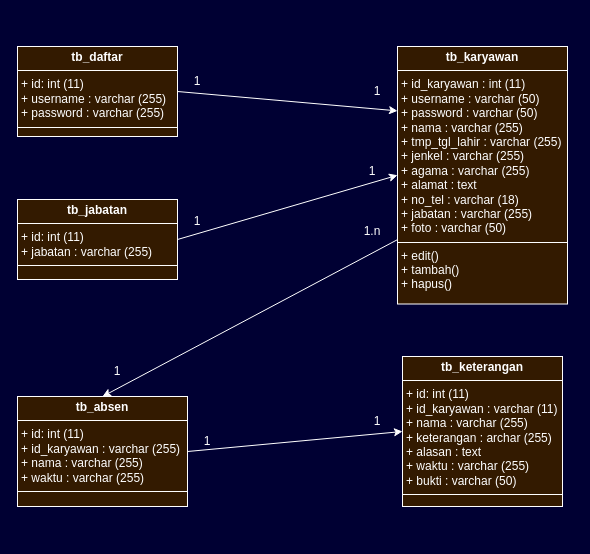
Above: diagram class desain.drawio in k-barr/Diagram (draw.io), before the change. Source tidied: cells renumbered, new cells numbered last; positions are measured from the earlier drawing's top-left corner, leaving out a move shared by most shapes. Both pictures are drawn from the tidied source at 100%, with x=0, y=0 at pixel (17, 46).
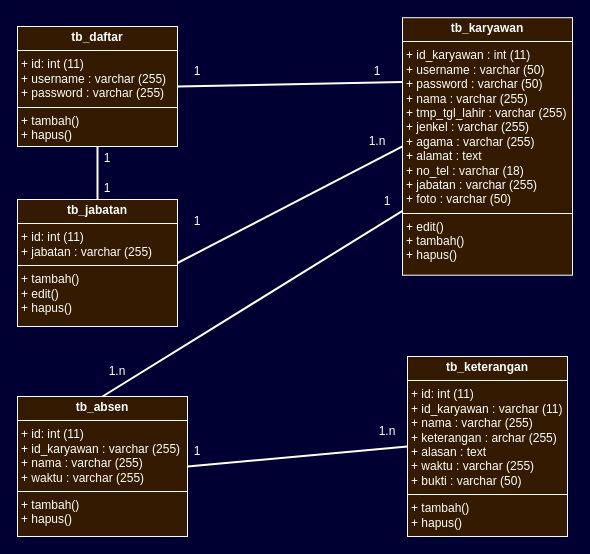
The same page after the edit.

Diff of the diagram source:
```diff
@@
-    <mxCell id="2" style="rounded=0;jettySize=auto;html=1;exitX=1;exitY=0.5;exitDx=0;exitDy=0;entryX=0;entryY=0.25;entryDx=0;entryDy=0;strokeColor=#FFFFFF;" parent="1" edge="1" source="3" target="10">
+    <mxCell id="2" style="rounded=0;jettySize=auto;html=1;exitX=1;exitY=0.5;exitDx=0;exitDy=0;entryX=0;entryY=0.25;entryDx=0;entryDy=0;strokeColor=#FFFFFF;endArrow=none;endFill=0;strokeWidth=2;" parent="1" edge="1" source="3" target="10">
       <mxGeometry relative="1" as="geometry" />
     </mxCell>
+    <mxCell id="19" style="edgeStyle=orthogonalEdgeStyle;rounded=0;jettySize=auto;html=1;exitX=0.5;exitY=1;exitDx=0;exitDy=0;entryX=0.5;entryY=0;entryDx=0;entryDy=0;strokeColor=#FFFFFF;endArrow=none;endFill=0;strokeWidth=2;" parent="1" edge="1" source="3" target="5">
+      <mxGeometry relative="1" as="geometry" />
+    </mxCell>
-    <mxCell id="3" value="&lt;p style=&quot;margin:0px;margin-top:4px;text-align:center;&quot;&gt;&lt;b&gt;tb_daftar&lt;/b&gt;&lt;/p&gt;&lt;hr size=&quot;1&quot; style=&quot;border-style:solid;&quot;&gt;&lt;p style=&quot;margin:0px;margin-left:4px;&quot;&gt;+ id: int (11)&lt;/p&gt;&lt;p style=&quot;margin:0px;margin-left:4px;&quot;&gt;+ username : varchar (255)&lt;/p&gt;&lt;p style=&quot;margin:0px;margin-left:4px;&quot;&gt;+ password : varchar (255)&lt;/p&gt;&lt;hr size=&quot;1&quot; style=&quot;border-style:solid;&quot;&gt;&lt;p style=&quot;margin:0px;margin-left:4px;&quot;&gt;&lt;br&gt;&lt;/p&gt;" style="verticalAlign=top;align=left;overflow=fill;html=1;whiteSpace=wrap;fillColor=#331A00;strokeColor=#FFFFFF;fontColor=#ffffff;gradientColor=none;fillStyle=solid;" parent="1" vertex="1">
-      <mxGeometry width="160" height="90" as="geometry" />
+    <mxCell id="3" value="&lt;p style=&quot;margin:0px;margin-top:4px;text-align:center;&quot;&gt;&lt;b&gt;tb_daftar&lt;/b&gt;&lt;/p&gt;&lt;hr size=&quot;1&quot; style=&quot;border-style:solid;&quot;&gt;&lt;p style=&quot;margin:0px;margin-left:4px;&quot;&gt;+ id: int (11)&lt;/p&gt;&lt;p style=&quot;margin:0px;margin-left:4px;&quot;&gt;+ username : varchar (255)&lt;/p&gt;&lt;p style=&quot;margin:0px;margin-left:4px;&quot;&gt;+ password : varchar (255)&lt;/p&gt;&lt;hr size=&quot;1&quot; style=&quot;border-style:solid;&quot;&gt;&lt;p style=&quot;margin:0px;margin-left:4px;&quot;&gt;+ tambah()&lt;/p&gt;&lt;p style=&quot;margin:0px;margin-left:4px;&quot;&gt;+ hapus()&lt;/p&gt;" style="verticalAlign=top;align=left;overflow=fill;html=1;whiteSpace=wrap;fillColor=#331A00;strokeColor=#FFFFFF;fontColor=#ffffff;gradientColor=none;fillStyle=solid;" parent="1" vertex="1">
+      <mxGeometry y="-20" width="160" height="120" as="geometry" />
     </mxCell>
-    <mxCell id="4" style="rounded=0;jettySize=auto;html=1;exitX=1;exitY=0.5;exitDx=0;exitDy=0;entryX=0;entryY=0.5;entryDx=0;entryDy=0;strokeColor=#FFFFFF;" parent="1" edge="1" source="5" target="10">
+    <mxCell id="4" style="rounded=0;jettySize=auto;html=1;exitX=1;exitY=0.5;exitDx=0;exitDy=0;entryX=0;entryY=0.5;entryDx=0;entryDy=0;strokeColor=#FFFFFF;endArrow=none;endFill=0;strokeWidth=2;" parent="1" edge="1" source="5" target="10">
       <mxGeometry relative="1" as="geometry" />
     </mxCell>
-    <mxCell id="5" value="&lt;p style=&quot;margin:0px;margin-top:4px;text-align:center;&quot;&gt;&lt;b&gt;tb_jabatan&lt;/b&gt;&lt;/p&gt;&lt;hr size=&quot;1&quot; style=&quot;border-style:solid;&quot;&gt;&lt;p style=&quot;margin:0px;margin-left:4px;&quot;&gt;+ id: int (11)&lt;/p&gt;&lt;p style=&quot;margin:0px;margin-left:4px;&quot;&gt;+ jabatan : varchar (255)&lt;/p&gt;&lt;hr size=&quot;1&quot; style=&quot;border-style:solid;&quot;&gt;&lt;p style=&quot;margin:0px;margin-left:4px;&quot;&gt;&lt;br&gt;&lt;/p&gt;" style="verticalAlign=top;align=left;overflow=fill;html=1;whiteSpace=wrap;fillColor=#331A00;strokeColor=#FFFFFF;fontColor=#ffffff;gradientColor=none;fillStyle=solid;" parent="1" vertex="1">
-      <mxGeometry y="153" width="160" height="80" as="geometry" />
+    <mxCell id="5" value="&lt;p style=&quot;margin:0px;margin-top:4px;text-align:center;&quot;&gt;&lt;b&gt;tb_jabatan&lt;/b&gt;&lt;/p&gt;&lt;hr size=&quot;1&quot; style=&quot;border-style:solid;&quot;&gt;&lt;p style=&quot;margin:0px;margin-left:4px;&quot;&gt;+ id: int (11)&lt;/p&gt;&lt;p style=&quot;margin:0px;margin-left:4px;&quot;&gt;+ jabatan : varchar (255)&lt;/p&gt;&lt;hr size=&quot;1&quot; style=&quot;border-style:solid;&quot;&gt;&lt;p style=&quot;margin:0px;margin-left:4px;&quot;&gt;+ tambah()&lt;/p&gt;&lt;p style=&quot;margin:0px;margin-left:4px;&quot;&gt;+ edit()&lt;/p&gt;&lt;p style=&quot;margin:0px;margin-left:4px;&quot;&gt;+ hapus()&lt;/p&gt;" style="verticalAlign=top;align=left;overflow=fill;html=1;whiteSpace=wrap;fillColor=#331A00;strokeColor=#FFFFFF;fontColor=#ffffff;gradientColor=none;fillStyle=solid;" parent="1" vertex="1">
+      <mxGeometry y="153" width="160" height="127" as="geometry" />
     </mxCell>
-    <mxCell id="6" value="&lt;p style=&quot;margin:0px;margin-top:4px;text-align:center;&quot;&gt;&lt;b&gt;tb_keterangan&lt;/b&gt;&lt;/p&gt;&lt;hr size=&quot;1&quot; style=&quot;border-style:solid;&quot;&gt;&lt;p style=&quot;margin:0px;margin-left:4px;&quot;&gt;+ id: int (11)&lt;/p&gt;&lt;p style=&quot;margin:0px;margin-left:4px;&quot;&gt;+ id_karyawan : varchar (11)&lt;/p&gt;&lt;p style=&quot;margin:0px;margin-left:4px;&quot;&gt;+ nama : varchar (255)&lt;/p&gt;&lt;p style=&quot;margin:0px;margin-left:4px;&quot;&gt;+ keterangan : archar (255)&lt;/p&gt;&lt;p style=&quot;margin:0px;margin-left:4px;&quot;&gt;+ alasan : text&lt;/p&gt;&lt;p style=&quot;margin:0px;margin-left:4px;&quot;&gt;+ waktu : varchar (255)&lt;/p&gt;&lt;p style=&quot;margin:0px;margin-left:4px;&quot;&gt;+ bukti : varchar (50)&lt;/p&gt;&lt;hr size=&quot;1&quot; style=&quot;border-style:solid;&quot;&gt;&lt;p style=&quot;margin:0px;margin-left:4px;&quot;&gt;&lt;br&gt;&lt;/p&gt;" style="verticalAlign=top;align=left;overflow=fill;html=1;whiteSpace=wrap;fillColor=#331A00;strokeColor=#FFFFFF;fontColor=#ffffff;gradientColor=none;fillStyle=solid;" parent="1" vertex="1">
-      <mxGeometry x="385" y="310" width="160" height="150" as="geometry" />
+    <mxCell id="6" value="&lt;p style=&quot;margin:0px;margin-top:4px;text-align:center;&quot;&gt;&lt;b&gt;tb_keterangan&lt;/b&gt;&lt;/p&gt;&lt;hr size=&quot;1&quot; style=&quot;border-style:solid;&quot;&gt;&lt;p style=&quot;margin:0px;margin-left:4px;&quot;&gt;+ id: int (11)&lt;/p&gt;&lt;p style=&quot;margin:0px;margin-left:4px;&quot;&gt;+ id_karyawan : varchar (11)&lt;/p&gt;&lt;p style=&quot;margin:0px;margin-left:4px;&quot;&gt;+ nama : varchar (255)&lt;/p&gt;&lt;p style=&quot;margin:0px;margin-left:4px;&quot;&gt;+ keterangan : archar (255)&lt;/p&gt;&lt;p style=&quot;margin:0px;margin-left:4px;&quot;&gt;+ alasan : text&lt;/p&gt;&lt;p style=&quot;margin:0px;margin-left:4px;&quot;&gt;+ waktu : varchar (255)&lt;/p&gt;&lt;p style=&quot;margin:0px;margin-left:4px;&quot;&gt;+ bukti : varchar (50)&lt;/p&gt;&lt;hr size=&quot;1&quot; style=&quot;border-style:solid;&quot;&gt;&lt;p style=&quot;margin:0px;margin-left:4px;&quot;&gt;+ tambah()&lt;/p&gt;&lt;p style=&quot;margin:0px;margin-left:4px;&quot;&gt;+ hapus()&lt;/p&gt;" style="verticalAlign=top;align=left;overflow=fill;html=1;whiteSpace=wrap;fillColor=#331A00;strokeColor=#FFFFFF;fontColor=#ffffff;gradientColor=none;fillStyle=solid;" parent="1" vertex="1">
+      <mxGeometry x="390" y="310" width="160" height="180" as="geometry" />
     </mxCell>
-    <mxCell id="7" style="rounded=0;jettySize=auto;html=1;exitX=1;exitY=0.5;exitDx=0;exitDy=0;entryX=0;entryY=0.5;entryDx=0;entryDy=0;strokeColor=#FFFFFF;" parent="1" edge="1" source="8" target="6">
+    <mxCell id="7" style="rounded=0;jettySize=auto;html=1;exitX=1;exitY=0.5;exitDx=0;exitDy=0;entryX=0;entryY=0.5;entryDx=0;entryDy=0;endArrow=none;endFill=0;strokeColor=#FFFFFF;strokeWidth=2;" parent="1" edge="1" source="8" target="6">
       <mxGeometry relative="1" as="geometry" />
     </mxCell>
-    <mxCell id="8" value="&lt;p style=&quot;margin:0px;margin-top:4px;text-align:center;&quot;&gt;&lt;b&gt;tb_absen&lt;/b&gt;&lt;/p&gt;&lt;hr size=&quot;1&quot; style=&quot;border-style:solid;&quot;&gt;&lt;p style=&quot;margin:0px;margin-left:4px;&quot;&gt;+ id: int (11)&lt;/p&gt;&lt;p style=&quot;margin:0px;margin-left:4px;&quot;&gt;+ id_karyawan : varchar (255)&lt;/p&gt;&lt;p style=&quot;margin:0px;margin-left:4px;&quot;&gt;+ nama : varchar (255)&lt;/p&gt;&lt;p style=&quot;margin:0px;margin-left:4px;&quot;&gt;+ waktu : varchar (255)&lt;/p&gt;&lt;hr size=&quot;1&quot; style=&quot;border-style:solid;&quot;&gt;&lt;p style=&quot;margin:0px;margin-left:4px;&quot;&gt;&lt;br&gt;&lt;/p&gt;" style="verticalAlign=top;align=left;overflow=fill;html=1;whiteSpace=wrap;fillColor=#331A00;strokeColor=#FFFFFF;fontColor=#ffffff;gradientColor=none;fillStyle=solid;" parent="1" vertex="1">
-      <mxGeometry y="350" width="170" height="110" as="geometry" />
+    <mxCell id="8" value="&lt;p style=&quot;margin:0px;margin-top:4px;text-align:center;&quot;&gt;&lt;b&gt;tb_absen&lt;/b&gt;&lt;/p&gt;&lt;hr size=&quot;1&quot; style=&quot;border-style:solid;&quot;&gt;&lt;p style=&quot;margin:0px;margin-left:4px;&quot;&gt;+ id: int (11)&lt;/p&gt;&lt;p style=&quot;margin:0px;margin-left:4px;&quot;&gt;+ id_karyawan : varchar (255)&lt;/p&gt;&lt;p style=&quot;margin:0px;margin-left:4px;&quot;&gt;+ nama : varchar (255)&lt;/p&gt;&lt;p style=&quot;margin:0px;margin-left:4px;&quot;&gt;+ waktu : varchar (255)&lt;/p&gt;&lt;hr size=&quot;1&quot; style=&quot;border-style:solid;&quot;&gt;&lt;p style=&quot;margin:0px;margin-left:4px;&quot;&gt;+ tambah()&lt;/p&gt;&lt;p style=&quot;margin:0px;margin-left:4px;&quot;&gt;+ hapus()&lt;/p&gt;" style="verticalAlign=top;align=left;overflow=fill;html=1;whiteSpace=wrap;fillColor=#331A00;strokeColor=#FFFFFF;fontColor=#ffffff;gradientColor=none;fillStyle=solid;" parent="1" vertex="1">
+      <mxGeometry y="350" width="170" height="140" as="geometry" />
     </mxCell>
-    <mxCell id="9" style="rounded=0;jettySize=auto;html=1;exitX=0;exitY=0.75;exitDx=0;exitDy=0;entryX=0.5;entryY=0;entryDx=0;entryDy=0;strokeColor=#FFFFFF;" parent="1" edge="1" source="10" target="8">
+    <mxCell id="9" style="rounded=0;jettySize=auto;html=1;exitX=0;exitY=0.75;exitDx=0;exitDy=0;entryX=0.5;entryY=0;entryDx=0;entryDy=0;strokeColor=#FFFFFF;endArrow=none;endFill=0;strokeWidth=2;" parent="1" edge="1" source="10" target="8">
       <mxGeometry relative="1" as="geometry" />
     </mxCell>
     <mxCell id="10" value="&lt;p style=&quot;margin:0px;margin-top:4px;text-align:center;&quot;&gt;&lt;b&gt;tb_karyawan&lt;/b&gt;&lt;/p&gt;&lt;hr size=&quot;1&quot; style=&quot;border-style:solid;&quot;&gt;&lt;p style=&quot;margin:0px;margin-left:4px;&quot;&gt;+ id_karyawan : int (11)&lt;/p&gt;&lt;p style=&quot;margin:0px;margin-left:4px;&quot;&gt;+ username : varchar (50)&lt;/p&gt;&lt;p style=&quot;margin:0px;margin-left:4px;&quot;&gt;+ password : varchar (50)&lt;/p&gt;&lt;p style=&quot;margin:0px;margin-left:4px;&quot;&gt;+ nama : varchar (255)&lt;/p&gt;&lt;p style=&quot;margin:0px;margin-left:4px;&quot;&gt;+ tmp_tgl_lahir : varchar (255)&lt;/p&gt;&lt;p style=&quot;margin:0px;margin-left:4px;&quot;&gt;+ jenkel : varchar (255)&lt;/p&gt;&lt;p style=&quot;margin:0px;margin-left:4px;&quot;&gt;+ agama : varchar (255)&lt;/p&gt;&lt;p style=&quot;margin:0px;margin-left:4px;&quot;&gt;+ alamat : text&lt;/p&gt;&lt;p style=&quot;margin:0px;margin-left:4px;&quot;&gt;+ no_tel : varchar (18)&lt;/p&gt;&lt;p style=&quot;margin:0px;margin-left:4px;&quot;&gt;+ jabatan : varchar (255)&lt;/p&gt;&lt;p style=&quot;margin:0px;margin-left:4px;&quot;&gt;+ foto : varchar (50)&lt;/p&gt;&lt;hr size=&quot;1&quot; style=&quot;border-style:solid;&quot;&gt;&lt;p style=&quot;margin:0px;margin-left:4px;&quot;&gt;+ edit()&lt;/p&gt;&lt;p style=&quot;margin:0px;margin-left:4px;&quot;&gt;+ tambah()&lt;/p&gt;&lt;p style=&quot;margin:0px;margin-left:4px;&quot;&gt;+ hapus()&lt;/p&gt;" style="verticalAlign=top;align=left;overflow=fill;html=1;whiteSpace=wrap;fillColor=#331A00;strokeColor=#FFFFFF;fontColor=#ffffff;gradientColor=none;fillStyle=solid;" parent="1" vertex="1">
-      <mxGeometry x="380" width="170" height="257.5" as="geometry" />
+      <mxGeometry x="385" y="-28.8" width="170" height="257.5" as="geometry" />
     </mxCell>
     <mxCell id="11" value="&lt;font color=&quot;#ffffff&quot;&gt;1&lt;/font&gt;" style="text;html=1;align=center;verticalAlign=middle;whiteSpace=wrap;rounded=0;" parent="1" vertex="1">
-      <mxGeometry x="150" y="20" width="60" height="30" as="geometry" />
+      <mxGeometry x="150" y="10" width="60" height="30" as="geometry" />
     </mxCell>
     <mxCell id="12" value="&lt;font color=&quot;#ffffff&quot;&gt;1&lt;/font&gt;" style="text;html=1;align=center;verticalAlign=middle;whiteSpace=wrap;rounded=0;" parent="1" vertex="1">
-      <mxGeometry x="330" y="30" width="60" height="30" as="geometry" />
+      <mxGeometry x="330" y="10" width="60" height="30" as="geometry" />
     </mxCell>
-    <mxCell id="13" value="&lt;font color=&quot;#ffffff&quot;&gt;1&lt;/font&gt;" style="text;html=1;align=center;verticalAlign=middle;whiteSpace=wrap;rounded=0;" parent="1" vertex="1">
-      <mxGeometry x="325" y="110" width="60" height="30" as="geometry" />
+    <mxCell id="13" value="&lt;font color=&quot;#ffffff&quot;&gt;1.n&lt;/font&gt;" style="text;html=1;align=center;verticalAlign=middle;whiteSpace=wrap;rounded=0;" parent="1" vertex="1">
+      <mxGeometry x="330" y="80" width="60" height="30" as="geometry" />
     </mxCell>
@@
-    <mxCell id="15" value="&lt;font color=&quot;#ffffff&quot;&gt;1&lt;/font&gt;" style="text;html=1;align=center;verticalAlign=middle;whiteSpace=wrap;rounded=0;" parent="1" vertex="1">
+    <mxCell id="15" value="&lt;font color=&quot;#ffffff&quot;&gt;1.n&lt;/font&gt;" style="text;html=1;align=center;verticalAlign=middle;whiteSpace=wrap;rounded=0;" parent="1" vertex="1">
       <mxGeometry x="70" y="310" width="60" height="30" as="geometry" />
     </mxCell>
-    <mxCell id="16" value="&lt;font color=&quot;#ffffff&quot;&gt;1.n&lt;/font&gt;" style="text;html=1;align=center;verticalAlign=middle;whiteSpace=wrap;rounded=0;" parent="1" vertex="1">
-      <mxGeometry x="325" y="170" width="60" height="30" as="geometry" />
+    <mxCell id="16" value="&lt;font color=&quot;#ffffff&quot;&gt;1&lt;/font&gt;" style="text;html=1;align=center;verticalAlign=middle;whiteSpace=wrap;rounded=0;" parent="1" vertex="1">
+      <mxGeometry x="340" y="140" width="60" height="30" as="geometry" />
     </mxCell>
-    <mxCell id="17" value="&lt;font color=&quot;#ffffff&quot;&gt;1&lt;/font&gt;" style="text;html=1;align=center;verticalAlign=middle;whiteSpace=wrap;rounded=0;" parent="1" vertex="1">
-      <mxGeometry x="160" y="380" width="60" height="30" as="geometry" />
+    <mxCell id="17" value="&lt;font color=&quot;#ffffff&quot;&gt;1.n&lt;/font&gt;" style="text;html=1;align=center;verticalAlign=middle;whiteSpace=wrap;rounded=0;" parent="1" vertex="1">
+      <mxGeometry x="340" y="370" width="60" height="30" as="geometry" />
     </mxCell>
     <mxCell id="18" value="&lt;font color=&quot;#ffffff&quot;&gt;1&lt;/font&gt;" style="text;html=1;align=center;verticalAlign=middle;whiteSpace=wrap;rounded=0;" parent="1" vertex="1">
-      <mxGeometry x="330" y="360" width="60" height="30" as="geometry" />
+      <mxGeometry x="150" y="390" width="60" height="30" as="geometry" />
     </mxCell>
+    <mxCell id="20" value="&lt;font color=&quot;#ffffff&quot;&gt;1&lt;/font&gt;" style="text;html=1;align=center;verticalAlign=middle;whiteSpace=wrap;rounded=0;" parent="1" vertex="1">
+      <mxGeometry x="60" y="97" width="60" height="30" as="geometry" />
+    </mxCell>
+    <mxCell id="21" value="&lt;font color=&quot;#ffffff&quot;&gt;1&lt;/font&gt;" style="text;html=1;align=center;verticalAlign=middle;whiteSpace=wrap;rounded=0;" parent="1" vertex="1">
+      <mxGeometry x="60" y="127" width="60" height="30" as="geometry" />
+    </mxCell>
```
